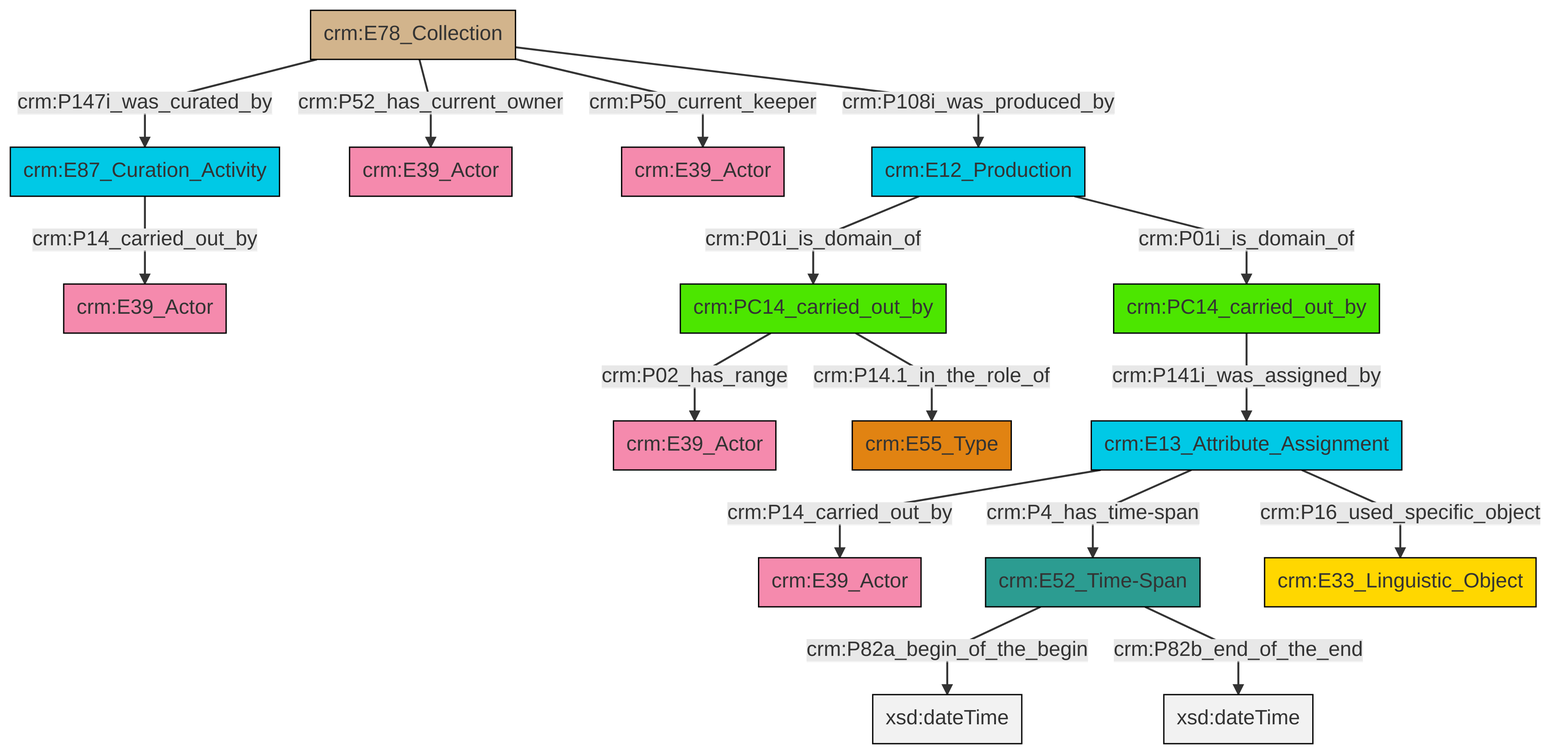
Before: et/archivalCSV/ttl/mmd/png/archival_relation.png, a diagram exported from Mermaid (swiss-art-research-net/docs.swissartresearch). Its source is kept beside it as et/archivalCSV/ttl/mmd/archival_relation.ttl.mmd. Source of this version:
```mermaid
graph TD
classDef Literal fill:#f2f2f2,stroke:#000000;
classDef CRM_Entity fill:#FFFFFF,stroke:#000000;
classDef Temporal_Entity fill:#00C9E6, stroke:#000000;
classDef Type fill:#E18312, stroke:#000000;
classDef Time-Span fill:#2C9C91, stroke:#000000;
classDef Appellation fill:#FFEB7F, stroke:#000000;
classDef Place fill:#008836, stroke:#000000;
classDef Persistent_Item fill:#B266B2, stroke:#000000;
classDef Conceptual_Object fill:#FFD700, stroke:#000000;
classDef Physical_Thing fill:#D2B48C, stroke:#000000;
classDef Actor fill:#f58aad, stroke:#000000;
classDef PC_Classes fill:#4ce600, stroke:#000000;
classDef Multi fill:#cccccc,stroke:#000000;

2["crm:E13_Attribute_Assignment"]:::Temporal_Entity -->|crm:P14_carried_out_by| 3["crm:E39_Actor"]:::Actor
7["crm:E87_Curation_Activity"]:::Temporal_Entity -->|crm:P14_carried_out_by| 5["crm:E39_Actor"]:::Actor
8["crm:E52_Time-Span"]:::Time-Span -->|crm:P82a_begin_of_the_begin| 9[xsd:dateTime]:::Literal
2["crm:E13_Attribute_Assignment"]:::Temporal_Entity -->|crm:P4_has_time-span| 8["crm:E52_Time-Span"]:::Time-Span
20["crm:E12_Production"]:::Temporal_Entity -->|crm:P01i_is_domain_of| 21["crm:PC14_carried_out_by"]:::PC_Classes
18["crm:E78_Collection"]:::Physical_Thing -->|crm:P147i_was_curated_by| 7["crm:E87_Curation_Activity"]:::Temporal_Entity
8["crm:E52_Time-Span"]:::Time-Span -->|crm:P82b_end_of_the_end| 22[xsd:dateTime]:::Literal
0["crm:PC14_carried_out_by"]:::PC_Classes -->|crm:P141i_was_assigned_by| 2["crm:E13_Attribute_Assignment"]:::Temporal_Entity
21["crm:PC14_carried_out_by"]:::PC_Classes -->|crm:P02_has_range| 11["crm:E39_Actor"]:::Actor
18["crm:E78_Collection"]:::Physical_Thing -->|crm:P52_has_current_owner| 14["crm:E39_Actor"]:::Actor
18["crm:E78_Collection"]:::Physical_Thing -->|crm:P50_current_keeper| 24["crm:E39_Actor"]:::Actor
21["crm:PC14_carried_out_by"]:::PC_Classes -->|crm:P14.1_in_the_role_of| 27["crm:E55_Type"]:::Type
18["crm:E78_Collection"]:::Physical_Thing -->|crm:P108i_was_produced_by| 20["crm:E12_Production"]:::Temporal_Entity
2["crm:E13_Attribute_Assignment"]:::Temporal_Entity -->|crm:P16_used_specific_object| 16["crm:E33_Linguistic_Object"]:::Conceptual_Object
20["crm:E12_Production"]:::Temporal_Entity -->|crm:P01i_is_domain_of| 0["crm:PC14_carried_out_by"]:::PC_Classes
```
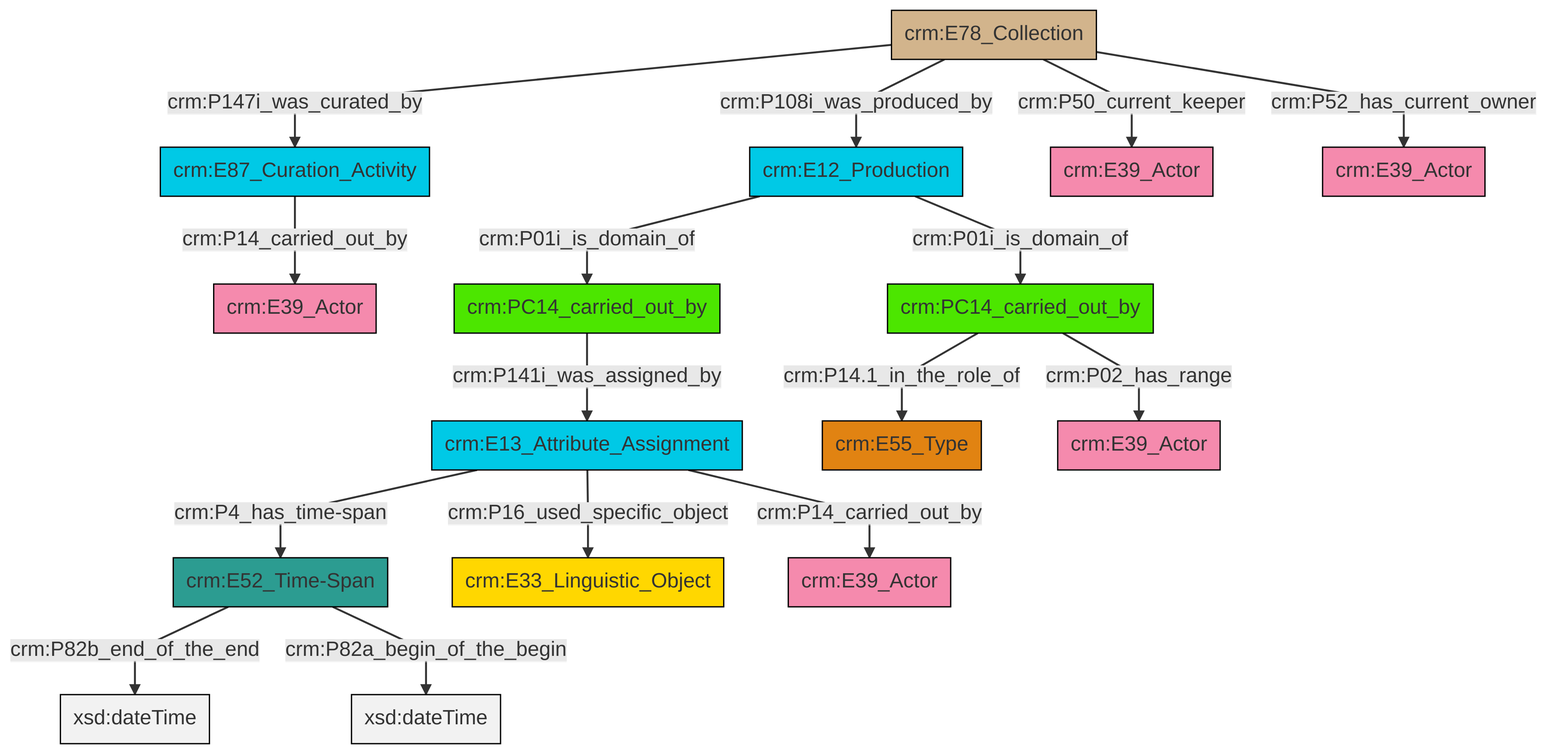
After the commit.

What changed in the source:
```diff
@@ -13,18 +13,18 @@
 classDef PC_Classes fill:#4ce600, stroke:#000000;
 classDef Multi fill:#cccccc,stroke:#000000;
 
-2["crm:E13_Attribute_Assignment"]:::Temporal_Entity -->|crm:P14_carried_out_by| 3["crm:E39_Actor"]:::Actor
-7["crm:E87_Curation_Activity"]:::Temporal_Entity -->|crm:P14_carried_out_by| 5["crm:E39_Actor"]:::Actor
-8["crm:E52_Time-Span"]:::Time-Span -->|crm:P82a_begin_of_the_begin| 9[xsd:dateTime]:::Literal
-2["crm:E13_Attribute_Assignment"]:::Temporal_Entity -->|crm:P4_has_time-span| 8["crm:E52_Time-Span"]:::Time-Span
-20["crm:E12_Production"]:::Temporal_Entity -->|crm:P01i_is_domain_of| 21["crm:PC14_carried_out_by"]:::PC_Classes
-18["crm:E78_Collection"]:::Physical_Thing -->|crm:P147i_was_curated_by| 7["crm:E87_Curation_Activity"]:::Temporal_Entity
-8["crm:E52_Time-Span"]:::Time-Span -->|crm:P82b_end_of_the_end| 22[xsd:dateTime]:::Literal
-0["crm:PC14_carried_out_by"]:::PC_Classes -->|crm:P141i_was_assigned_by| 2["crm:E13_Attribute_Assignment"]:::Temporal_Entity
-21["crm:PC14_carried_out_by"]:::PC_Classes -->|crm:P02_has_range| 11["crm:E39_Actor"]:::Actor
-18["crm:E78_Collection"]:::Physical_Thing -->|crm:P52_has_current_owner| 14["crm:E39_Actor"]:::Actor
-18["crm:E78_Collection"]:::Physical_Thing -->|crm:P50_current_keeper| 24["crm:E39_Actor"]:::Actor
-21["crm:PC14_carried_out_by"]:::PC_Classes -->|crm:P14.1_in_the_role_of| 27["crm:E55_Type"]:::Type
-18["crm:E78_Collection"]:::Physical_Thing -->|crm:P108i_was_produced_by| 20["crm:E12_Production"]:::Temporal_Entity
-2["crm:E13_Attribute_Assignment"]:::Temporal_Entity -->|crm:P16_used_specific_object| 16["crm:E33_Linguistic_Object"]:::Conceptual_Object
-20["crm:E12_Production"]:::Temporal_Entity -->|crm:P01i_is_domain_of| 0["crm:PC14_carried_out_by"]:::PC_Classes
+2["crm:E13_Attribute_Assignment"]:::Temporal_Entity -->|crm:P16_used_specific_object| 3["crm:E33_Linguistic_Object"]:::Conceptual_Object
+2["crm:E13_Attribute_Assignment"]:::Temporal_Entity -->|crm:P14_carried_out_by| 4["crm:E39_Actor"]:::Actor
+9["crm:E87_Curation_Activity"]:::Temporal_Entity -->|crm:P14_carried_out_by| 7["crm:E39_Actor"]:::Actor
+10["crm:E12_Production"]:::Temporal_Entity -->|crm:P01i_is_domain_of| 11["crm:PC14_carried_out_by"]:::PC_Classes
+5["crm:E78_Collection"]:::Physical_Thing -->|crm:P50_current_keeper| 14["crm:E39_Actor"]:::Actor
+5["crm:E78_Collection"]:::Physical_Thing -->|crm:P52_has_current_owner| 16["crm:E39_Actor"]:::Actor
+0["crm:E52_Time-Span"]:::Time-Span -->|crm:P82b_end_of_the_end| 18[xsd:dateTime]:::Literal
+10["crm:E12_Production"]:::Temporal_Entity -->|crm:P01i_is_domain_of| 12["crm:PC14_carried_out_by"]:::PC_Classes
+2["crm:E13_Attribute_Assignment"]:::Temporal_Entity -->|crm:P4_has_time-span| 0["crm:E52_Time-Span"]:::Time-Span
+12["crm:PC14_carried_out_by"]:::PC_Classes -->|crm:P141i_was_assigned_by| 2["crm:E13_Attribute_Assignment"]:::Temporal_Entity
+11["crm:PC14_carried_out_by"]:::PC_Classes -->|crm:P14.1_in_the_role_of| 21["crm:E55_Type"]:::Type
+5["crm:E78_Collection"]:::Physical_Thing -->|crm:P147i_was_curated_by| 9["crm:E87_Curation_Activity"]:::Temporal_Entity
+0["crm:E52_Time-Span"]:::Time-Span -->|crm:P82a_begin_of_the_begin| 23[xsd:dateTime]:::Literal
+5["crm:E78_Collection"]:::Physical_Thing -->|crm:P108i_was_produced_by| 10["crm:E12_Production"]:::Temporal_Entity
+11["crm:PC14_carried_out_by"]:::PC_Classes -->|crm:P02_has_range| 28["crm:E39_Actor"]:::Actor
```
